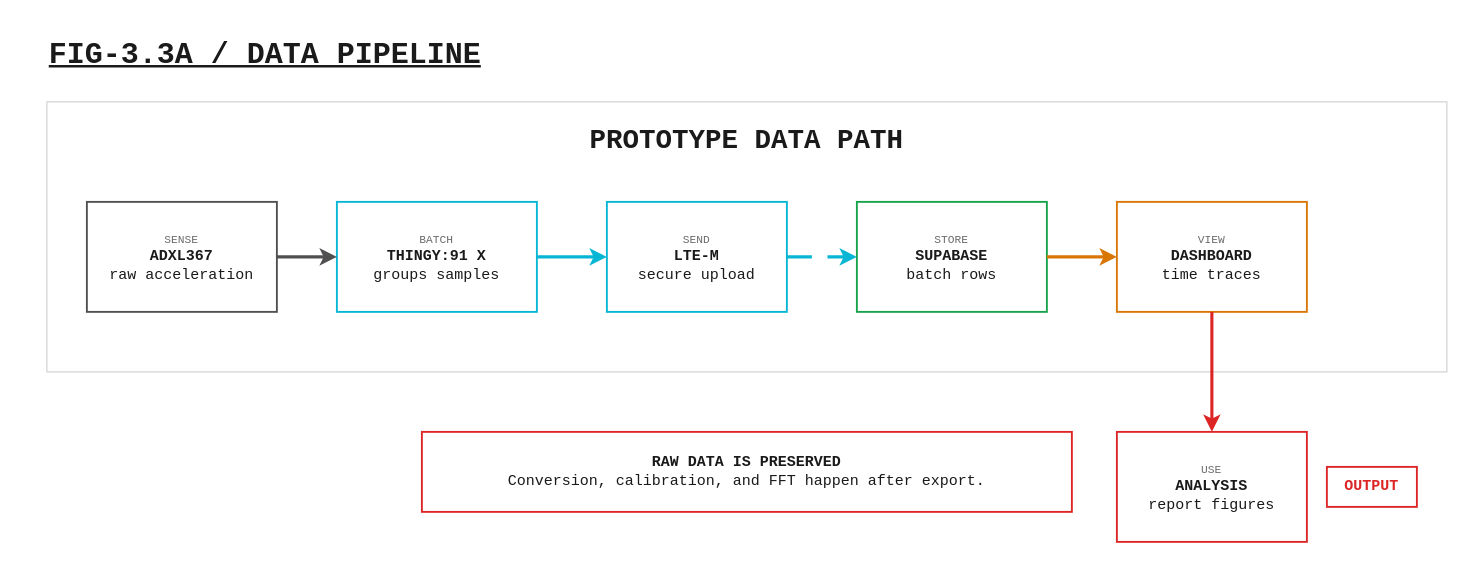
Earlier version of the draw.io diagram public/diagrams/data-pipeline-flowchart.drawio (gabe-kafka/accelerometer-easy). Source tidied: cells renumbered, new cells numbered last; positions are measured from the earlier drawing's top-left corner, leaving out a move shared by most shapes. Both pictures are drawn from the tidied source at 125%, with x=0, y=0 at pixel (46, 34).
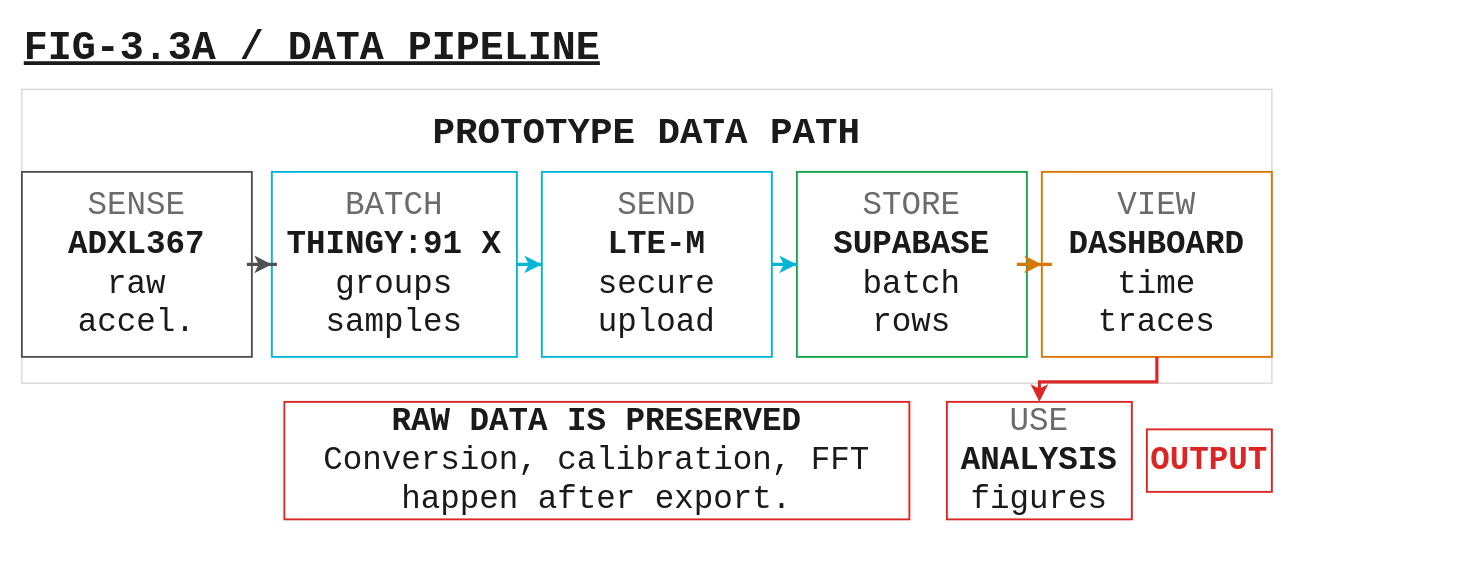
Above is the later version.

Change to the diagram source:
```diff
@@
 <mxGraphModel>
   <root>
     <mxCell id="0" />
     <mxCell id="1" parent="0" />
-    <mxCell id="2" value="&lt;u&gt;FIG-3.3A / DATA PIPELINE&lt;/u&gt;" style="text;html=1;strokeColor=none;fillColor=none;align=left;verticalAlign=middle;whiteSpace=wrap;rounded=0;fontFamily=Courier New;fontSize=24;fontStyle=1;fontColor=#1A1A1A;" parent="1" vertex="1">
-      <mxGeometry width="416" height="34" as="geometry" />
+    <mxCell id="2" value="FIG-3.3A / DATA PIPELINE" style="text;html=1;strokeColor=none;fillColor=none;align=left;verticalAlign=middle;whiteSpace=wrap;rounded=0;fontFamily=Courier New;fontSize=32;fontStyle=5;fontColor=#1A1A1A;" parent="1" vertex="1">
+      <mxGeometry x="-20" y="-10" width="620" height="44" as="geometry" />
     </mxCell>
-    <mxCell id="3" style="rounded=0;whiteSpace=wrap;html=1;fillColor=#FFFFFF;strokeColor=#D4D4D4;strokeWidth=1;fontFamily=Courier New;fontSize=12;fontColor=#1A1A1A;" parent="1" vertex="1">
-      <mxGeometry y="54" width="1120" height="216" as="geometry" />
+    <mxCell id="3" style="rounded=0;whiteSpace=wrap;html=1;fillColor=#FFFFFF;strokeColor=#D4D4D4;strokeWidth=1;fontFamily=Courier New;fontSize=26;fontColor=#1A1A1A;" parent="1" vertex="1">
+      <mxGeometry x="-20" y="44" width="1000" height="235" as="geometry" />
     </mxCell>
-    <mxCell id="4" value="PROTOTYPE DATA PATH" style="text;html=1;strokeColor=none;fillColor=none;align=center;verticalAlign=middle;whiteSpace=wrap;rounded=0;fontFamily=Courier New;fontSize=22;fontStyle=1;fontColor=#1A1A1A;" parent="1" vertex="1">
-      <mxGeometry x="416" y="70" width="288" height="32" as="geometry" />
+    <mxCell id="4" value="PROTOTYPE DATA PATH" style="text;html=1;strokeColor=none;fillColor=none;align=center;verticalAlign=middle;whiteSpace=wrap;rounded=0;fontFamily=Courier New;fontSize=30;fontStyle=1;fontColor=#1A1A1A;" parent="1" vertex="1">
+      <mxGeometry x="260" y="58" width="440" height="40" as="geometry" />
     </mxCell>
-    <mxCell id="5" value="&lt;b&gt;RAW DATA IS PRESERVED&lt;/b&gt;&lt;br&gt;Conversion, calibration, and FFT happen after export." style="rounded=0;whiteSpace=wrap;html=1;fillColor=#FFFFFF;strokeColor=#DC2626;strokeWidth=1.5;fontFamily=Courier New;fontSize=12;fontColor=#1A1A1A;align=center;verticalAlign=middle;spacingLeft=10;spacingRight=10;spacingTop=6;spacingBottom=6;" parent="1" vertex="1">
-      <mxGeometry x="300" y="318" width="520" height="64" as="geometry" />
+    <mxCell id="5" value="&lt;b&gt;RAW DATA IS PRESERVED&lt;/b&gt;&lt;br&gt;Conversion, calibration, FFT&lt;br&gt;happen after export." style="rounded=0;whiteSpace=wrap;html=1;fillColor=#FFFFFF;strokeColor=#DC2626;strokeWidth=1.5;fontFamily=Courier New;fontSize=26;fontColor=#1A1A1A;align=center;verticalAlign=middle;spacingLeft=8;spacingRight=8;spacingTop=6;spacingBottom=6;" parent="1" vertex="1">
+      <mxGeometry x="190" y="294" width="500" height="94" as="geometry" />
     </mxCell>
-    <mxCell id="6" value="&lt;font color=&quot;#6B6B6B&quot; style=&quot;font-size: 9px;&quot;&gt;SENSE&lt;/font&gt;&lt;br&gt;&lt;b&gt;ADXL367&lt;/b&gt;&lt;br&gt;raw acceleration" style="rounded=0;whiteSpace=wrap;html=1;fillColor=#FFFFFF;strokeColor=#505050;strokeWidth=1.5;fontFamily=Courier New;fontSize=12;fontColor=#1A1A1A;align=center;verticalAlign=middle;spacingLeft=8;spacingRight=8;spacingTop=6;spacingBottom=6;" parent="1" vertex="1">
-      <mxGeometry x="32" y="134" width="152" height="88" as="geometry" />
+    <mxCell id="6" value="&lt;font color=&quot;#6B6B6B&quot; style=&quot;font-size: 26px;&quot;&gt;SENSE&lt;/font&gt;&lt;br&gt;&lt;b&gt;ADXL367&lt;/b&gt;&lt;br&gt;raw&lt;br&gt;accel." style="rounded=0;whiteSpace=wrap;html=1;fillColor=#FFFFFF;strokeColor=#505050;strokeWidth=1.5;fontFamily=Courier New;fontSize=26;fontColor=#1A1A1A;align=center;verticalAlign=middle;spacingLeft=6;spacingRight=6;spacingTop=6;spacingBottom=6;" parent="1" vertex="1">
+      <mxGeometry x="-20" y="110" width="184" height="148" as="geometry" />
     </mxCell>
-    <mxCell id="7" value="&lt;font color=&quot;#6B6B6B&quot; style=&quot;font-size: 9px;&quot;&gt;BATCH&lt;/font&gt;&lt;br&gt;&lt;b&gt;THINGY:91 X&lt;/b&gt;&lt;br&gt;groups samples" style="rounded=0;whiteSpace=wrap;html=1;fillColor=#FFFFFF;strokeColor=#06B6D4;strokeWidth=1.5;fontFamily=Courier New;fontSize=12;fontColor=#1A1A1A;align=center;verticalAlign=middle;spacingLeft=8;spacingRight=8;spacingTop=6;spacingBottom=6;" parent="1" vertex="1">
-      <mxGeometry x="232" y="134" width="160" height="88" as="geometry" />
+    <mxCell id="7" value="&lt;font color=&quot;#6B6B6B&quot; style=&quot;font-size: 26px;&quot;&gt;BATCH&lt;/font&gt;&lt;br&gt;&lt;b&gt;THINGY:91 X&lt;/b&gt;&lt;br&gt;groups&lt;br&gt;samples" style="rounded=0;whiteSpace=wrap;html=1;fillColor=#FFFFFF;strokeColor=#06B6D4;strokeWidth=1.5;fontFamily=Courier New;fontSize=26;fontColor=#1A1A1A;align=center;verticalAlign=middle;spacingLeft=6;spacingRight=6;spacingTop=6;spacingBottom=6;" parent="1" vertex="1">
+      <mxGeometry x="180" y="110" width="196" height="148" as="geometry" />
     </mxCell>
-    <mxCell id="8" value="&lt;font color=&quot;#6B6B6B&quot; style=&quot;font-size: 9px;&quot;&gt;SEND&lt;/font&gt;&lt;br&gt;&lt;b&gt;LTE-M&lt;/b&gt;&lt;br&gt;secure upload" style="rounded=0;whiteSpace=wrap;html=1;fillColor=#FFFFFF;strokeColor=#06B6D4;strokeWidth=1.5;fontFamily=Courier New;fontSize=12;fontColor=#1A1A1A;align=center;verticalAlign=middle;spacingLeft=8;spacingRight=8;spacingTop=6;spacingBottom=6;" parent="1" vertex="1">
-      <mxGeometry x="448" y="134" width="144" height="88" as="geometry" />
+    <mxCell id="8" value="&lt;font color=&quot;#6B6B6B&quot; style=&quot;font-size: 26px;&quot;&gt;SEND&lt;/font&gt;&lt;br&gt;&lt;b&gt;LTE-M&lt;/b&gt;&lt;br&gt;secure&lt;br&gt;upload" style="rounded=0;whiteSpace=wrap;html=1;fillColor=#FFFFFF;strokeColor=#06B6D4;strokeWidth=1.5;fontFamily=Courier New;fontSize=26;fontColor=#1A1A1A;align=center;verticalAlign=middle;spacingLeft=6;spacingRight=6;spacingTop=6;spacingBottom=6;" parent="1" vertex="1">
+      <mxGeometry x="396" y="110" width="184" height="148" as="geometry" />
     </mxCell>
-    <mxCell id="9" value="&lt;font color=&quot;#6B6B6B&quot; style=&quot;font-size: 9px;&quot;&gt;STORE&lt;/font&gt;&lt;br&gt;&lt;b&gt;SUPABASE&lt;/b&gt;&lt;br&gt;batch rows" style="rounded=0;whiteSpace=wrap;html=1;fillColor=#FFFFFF;strokeColor=#16A34A;strokeWidth=1.5;fontFamily=Courier New;fontSize=12;fontColor=#1A1A1A;align=center;verticalAlign=middle;spacingLeft=8;spacingRight=8;spacingTop=6;spacingBottom=6;" parent="1" vertex="1">
-      <mxGeometry x="648" y="134" width="152" height="88" as="geometry" />
+    <mxCell id="9" value="&lt;font color=&quot;#6B6B6B&quot; style=&quot;font-size: 26px;&quot;&gt;STORE&lt;/font&gt;&lt;br&gt;&lt;b&gt;SUPABASE&lt;/b&gt;&lt;br&gt;batch&lt;br&gt;rows" style="rounded=0;whiteSpace=wrap;html=1;fillColor=#FFFFFF;strokeColor=#16A34A;strokeWidth=1.5;fontFamily=Courier New;fontSize=26;fontColor=#1A1A1A;align=center;verticalAlign=middle;spacingLeft=6;spacingRight=6;spacingTop=6;spacingBottom=6;" parent="1" vertex="1">
+      <mxGeometry x="600" y="110" width="184" height="148" as="geometry" />
     </mxCell>
-    <mxCell id="10" value="&lt;font color=&quot;#6B6B6B&quot; style=&quot;font-size: 9px;&quot;&gt;VIEW&lt;/font&gt;&lt;br&gt;&lt;b&gt;DASHBOARD&lt;/b&gt;&lt;br&gt;time traces" style="rounded=0;whiteSpace=wrap;html=1;fillColor=#FFFFFF;strokeColor=#D97706;strokeWidth=1.5;fontFamily=Courier New;fontSize=12;fontColor=#1A1A1A;align=center;verticalAlign=middle;spacingLeft=8;spacingRight=8;spacingTop=6;spacingBottom=6;" parent="1" vertex="1">
-      <mxGeometry x="856" y="134" width="152" height="88" as="geometry" />
+    <mxCell id="10" value="&lt;font color=&quot;#6B6B6B&quot; style=&quot;font-size: 26px;&quot;&gt;VIEW&lt;/font&gt;&lt;br&gt;&lt;b&gt;DASHBOARD&lt;/b&gt;&lt;br&gt;time&lt;br&gt;traces" style="rounded=0;whiteSpace=wrap;html=1;fillColor=#FFFFFF;strokeColor=#D97706;strokeWidth=1.5;fontFamily=Courier New;fontSize=26;fontColor=#1A1A1A;align=center;verticalAlign=middle;spacingLeft=6;spacingRight=6;spacingTop=6;spacingBottom=6;" parent="1" vertex="1">
+      <mxGeometry x="796" y="110" width="184" height="148" as="geometry" />
     </mxCell>
-    <mxCell id="11" value="&lt;font color=&quot;#6B6B6B&quot; style=&quot;font-size: 9px;&quot;&gt;USE&lt;/font&gt;&lt;br&gt;&lt;b&gt;ANALYSIS&lt;/b&gt;&lt;br&gt;report figures" style="rounded=0;whiteSpace=wrap;html=1;fillColor=#FFFFFF;strokeColor=#DC2626;strokeWidth=1.5;fontFamily=Courier New;fontSize=12;fontColor=#1A1A1A;align=center;verticalAlign=middle;spacingLeft=8;spacingRight=8;spacingTop=6;spacingBottom=6;" parent="1" vertex="1">
-      <mxGeometry x="856" y="318" width="152" height="88" as="geometry" />
+    <mxCell id="11" value="&lt;font color=&quot;#6B6B6B&quot; style=&quot;font-size: 26px;&quot;&gt;USE&lt;/font&gt;&lt;br&gt;&lt;b&gt;ANALYSIS&lt;/b&gt;&lt;br&gt;figures" style="rounded=0;whiteSpace=wrap;html=1;fillColor=#FFFFFF;strokeColor=#DC2626;strokeWidth=1.5;fontFamily=Courier New;fontSize=26;fontColor=#1A1A1A;align=center;verticalAlign=middle;spacingLeft=6;spacingRight=6;spacingTop=6;spacingBottom=6;" parent="1" vertex="1">
+      <mxGeometry x="720" y="294" width="148" height="94" as="geometry" />
     </mxCell>
-    <mxCell id="12" value="&lt;b&gt;OUTPUT&lt;/b&gt;" style="rounded=0;whiteSpace=wrap;html=1;fillColor=#FFFFFF;strokeColor=#DC2626;strokeWidth=1.5;fontFamily=Courier New;fontSize=12;fontColor=#DC2626;align=center;verticalAlign=middle;spacingLeft=8;spacingRight=8;spacingTop=6;spacingBottom=6;" parent="1" vertex="1">
-      <mxGeometry x="1024" y="346" width="72" height="32" as="geometry" />
+    <mxCell id="12" value="OUTPUT" style="rounded=0;whiteSpace=wrap;html=1;fillColor=#FFFFFF;strokeColor=#DC2626;strokeWidth=1.5;fontFamily=Courier New;fontSize=26;fontStyle=1;fontColor=#DC2626;align=center;verticalAlign=middle;spacingLeft=2;spacingRight=2;spacingTop=4;spacingBottom=4;" parent="1" vertex="1">
+      <mxGeometry x="880" y="316" width="100" height="50" as="geometry" />
     </mxCell>
     <mxCell id="13" style="edgeStyle=orthogonalEdgeStyle;rounded=0;jettySize=auto;html=1;strokeColor=#505050;strokeWidth=2.5;endArrow=classic;" parent="1" edge="1" source="6" target="7">
       <mxGeometry relative="1" as="geometry" />
     </mxCell>
     <mxCell id="14" style="edgeStyle=orthogonalEdgeStyle;rounded=0;jettySize=auto;html=1;strokeColor=#06B6D4;strokeWidth=2.5;endArrow=classic;" parent="1" edge="1" source="7" target="8">
       <mxGeometry relative="1" as="geometry" />
     </mxCell>
     <mxCell id="15" style="edgeStyle=orthogonalEdgeStyle;rounded=0;jettySize=auto;html=1;strokeColor=#06B6D4;strokeWidth=2.5;endArrow=classic;dashed=1;dashPattern=8 5;" parent="1" edge="1" source="8" target="9">
       <mxGeometry relative="1" as="geometry" />
     </mxCell>
     <mxCell id="16" style="edgeStyle=orthogonalEdgeStyle;rounded=0;jettySize=auto;html=1;strokeColor=#D97706;strokeWidth=2.5;endArrow=classic;" parent="1" edge="1" source="9" target="10">
       <mxGeometry relative="1" as="geometry" />
     </mxCell>
     <mxCell id="17" style="edgeStyle=orthogonalEdgeStyle;rounded=0;jettySize=auto;html=1;strokeColor=#DC2626;strokeWidth=2.5;endArrow=classic;exitX=0.5;exitY=1;exitDx=0;exitDy=0;entryX=0.5;entryY=0;entryDx=0;entryDy=0;" parent="1" edge="1" source="10" target="11">
       <mxGeometry relative="1" as="geometry" />
     </mxCell>
   </root>
 </mxGraphModel>
```
